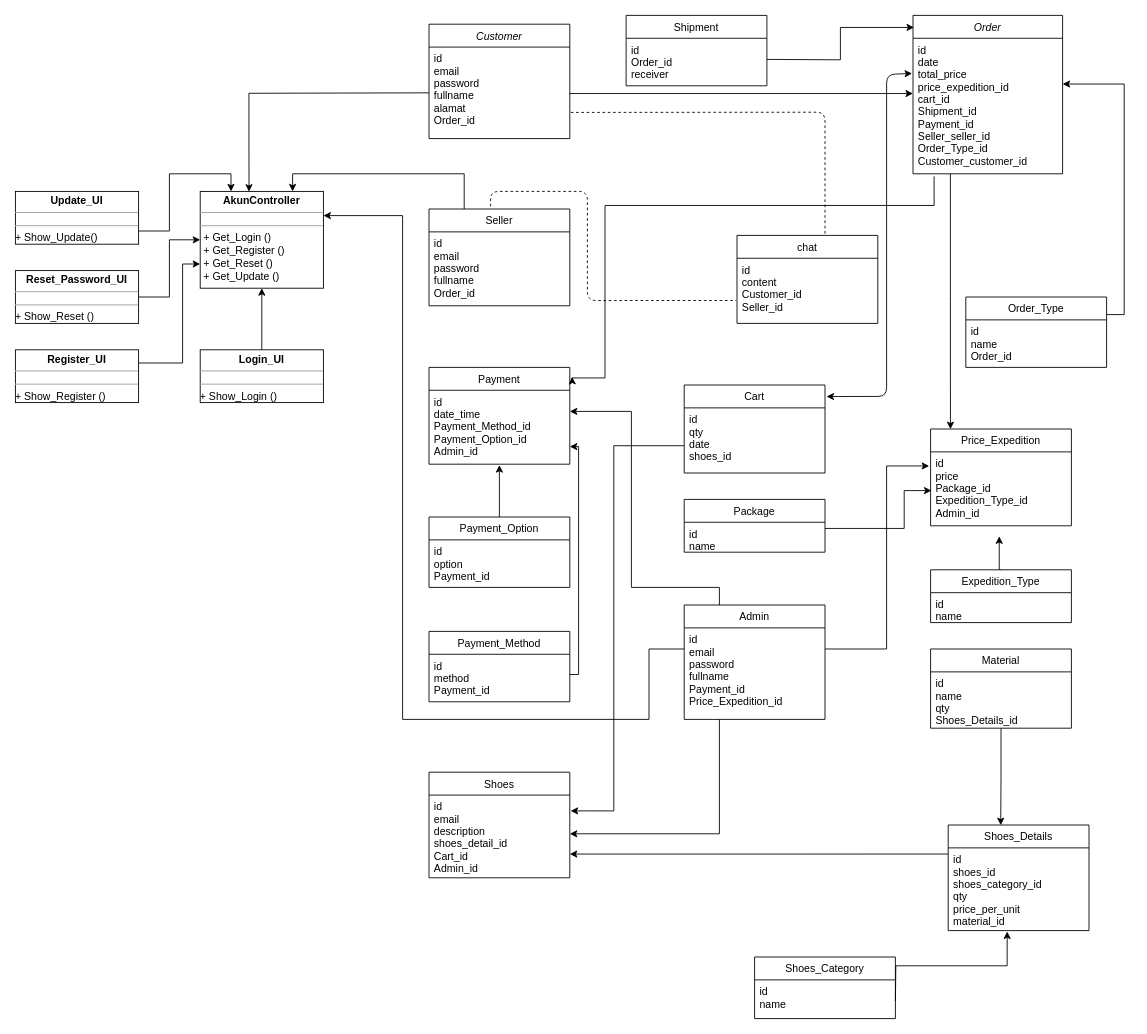
This is Diagram Tanpa Judul.drawio from nadiatiaraa/classdiagramsepatu, a draw.io file, before an edit. Source tidied: cells renumbered, new cells numbered last; positions are measured from the earlier drawing's top-left corner, leaving out a move shared by most shapes. Both pictures are drawn from the tidied source at 88%, with x=0, y=0 at pixel (15, 15).
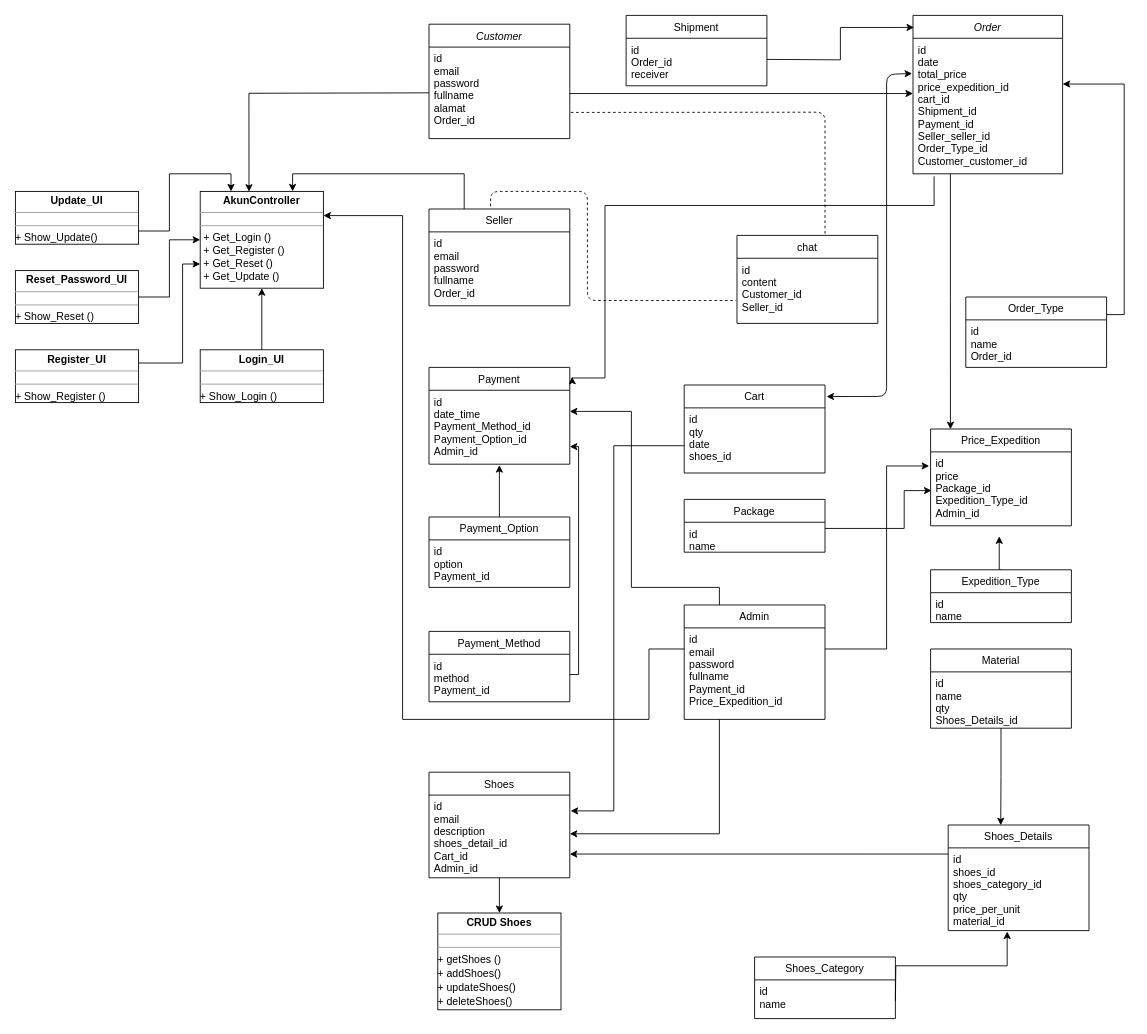
Above is the later version.

Commit message:
Diagram Kelas

Unchanged cells that the change refers to:
```xml
<mxCell id="44" value="Shoes" style="swimlane;fontStyle=0;align=center;verticalAlign=top;horizontal=1;startSize=26;rounded=0;shadow=0;strokeWidth=1;" parent="1" vertex="1">
  <mxGeometry x="470" y="860" width="160" height="120" as="geometry" />
</mxCell>
```

What changed in the source:
```diff
@@
+    <mxCell id="71" style="edgeStyle=orthogonalEdgeStyle;rounded=0;jettySize=auto;html=1;" parent="1" edge="1" source="44" target="72">
+      <mxGeometry relative="1" as="geometry" />
+    </mxCell>
@@
+    <mxCell id="72" value="&lt;p style=&quot;margin: 0px ; margin-top: 4px ; text-align: center&quot;&gt;&lt;b&gt;CRUD Shoes&lt;/b&gt;&lt;/p&gt;&lt;hr size=&quot;1&quot;&gt;&lt;div style=&quot;height: 2px&quot;&gt;&lt;/div&gt;&lt;hr size=&quot;1&quot;&gt;&lt;div style=&quot;height: 2px&quot;&gt;+ getShoes ()&lt;/div&gt;&lt;div style=&quot;height: 2px&quot;&gt;&lt;br&gt;&lt;/div&gt;&lt;div style=&quot;height: 2px&quot;&gt;&lt;br&gt;&lt;/div&gt;&lt;div style=&quot;height: 2px&quot;&gt;&lt;br&gt;&lt;/div&gt;&lt;div style=&quot;height: 2px&quot;&gt;&lt;br&gt;&lt;/div&gt;&lt;div style=&quot;height: 2px&quot;&gt;&lt;br&gt;&lt;/div&gt;&lt;div style=&quot;height: 2px&quot;&gt;&lt;br&gt;&lt;/div&gt;&lt;div style=&quot;height: 2px&quot;&gt;&lt;br&gt;&lt;/div&gt;&lt;div style=&quot;height: 2px&quot;&gt;+ addShoes()&lt;/div&gt;&lt;div style=&quot;height: 2px&quot;&gt;&lt;br&gt;&lt;/div&gt;&lt;div style=&quot;height: 2px&quot;&gt;&lt;br&gt;&lt;/div&gt;&lt;div style=&quot;height: 2px&quot;&gt;&lt;br&gt;&lt;/div&gt;&lt;div style=&quot;height: 2px&quot;&gt;&lt;br&gt;&lt;/div&gt;&lt;div style=&quot;height: 2px&quot;&gt;&lt;br&gt;&lt;/div&gt;&lt;div style=&quot;height: 2px&quot;&gt;&lt;br&gt;&lt;/div&gt;&lt;div style=&quot;height: 2px&quot;&gt;&lt;br&gt;&lt;/div&gt;&lt;div style=&quot;height: 2px&quot;&gt;+ updateShoes()&lt;/div&gt;&lt;div style=&quot;height: 2px&quot;&gt;&lt;br&gt;&lt;/div&gt;&lt;div style=&quot;height: 2px&quot;&gt;&lt;br&gt;&lt;/div&gt;&lt;div style=&quot;height: 2px&quot;&gt;&lt;br&gt;&lt;/div&gt;&lt;div style=&quot;height: 2px&quot;&gt;&lt;br&gt;&lt;/div&gt;&lt;div style=&quot;height: 2px&quot;&gt;&lt;br&gt;&lt;/div&gt;&lt;div style=&quot;height: 2px&quot;&gt;&lt;br&gt;&lt;/div&gt;&lt;div style=&quot;height: 2px&quot;&gt;&lt;br&gt;&lt;/div&gt;&lt;div style=&quot;height: 2px&quot;&gt;+ deleteShoes()&lt;/div&gt;" style="verticalAlign=top;align=left;overflow=fill;fontSize=12;fontFamily=Helvetica;html=1;" parent="1" vertex="1">
+      <mxGeometry x="480" y="1020" width="140" height="110" as="geometry" />
+    </mxCell>
```
